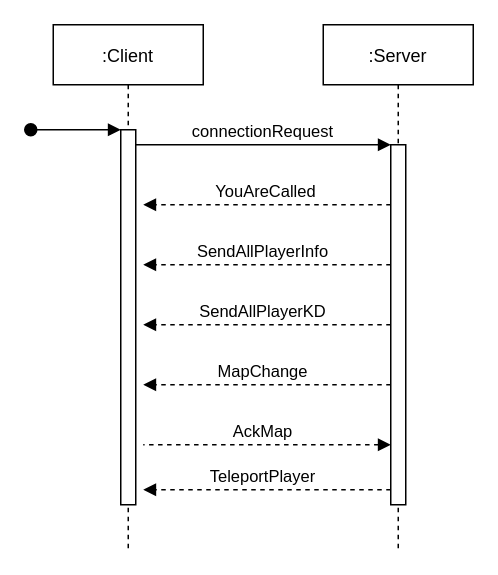
This is clientCreateConnection.drawio from ZHAW-IT19a-Raycasters/RayFighters-Docs, a draw.io file, before an edit. Source tidied: cells renumbered, new cells numbered last; positions are measured from the earlier drawing's top-left corner, leaving out a move shared by most shapes. Both pictures are drawn from the tidied source at 150%, with x=0, y=0 at pixel (30, 24).
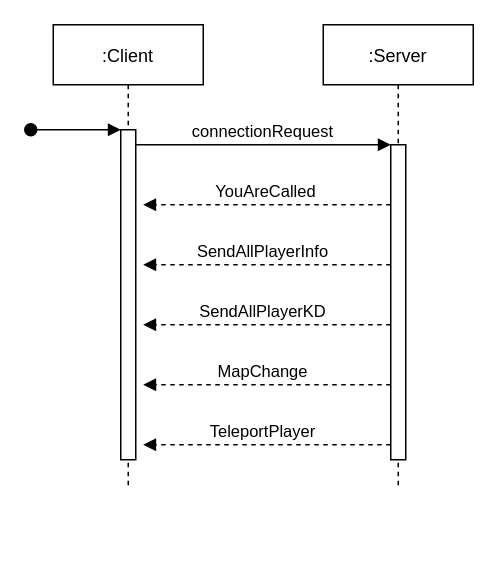
After the change.

Commit message (it also covers changes not shown here):
update connection diagramm

Diff of the diagram source:
```diff
@@
     <mxCell id="2" value=":Client" style="shape=umlLifeline;perimeter=lifelinePerimeter;rounded=0;shadow=0;strokeWidth=1;" parent="1" vertex="1">
-      <mxGeometry x="15" width="100" height="350" as="geometry" />
+      <mxGeometry x="15" width="100" height="310" as="geometry" />
     </mxCell>
     <mxCell id="3" style="points=[];perimeter=orthogonalPerimeter;rounded=0;shadow=0;strokeWidth=1;" parent="2" vertex="1">
-      <mxGeometry x="45" y="70" width="10" height="250" as="geometry" />
+      <mxGeometry x="45" y="70" width="10" height="220" as="geometry" />
     </mxCell>
@@
     <mxCell id="5" value=":Server" style="shape=umlLifeline;perimeter=lifelinePerimeter;rounded=0;shadow=0;strokeWidth=1;" parent="1" vertex="1">
-      <mxGeometry x="195" width="100" height="350" as="geometry" />
+      <mxGeometry x="195" width="100" height="310" as="geometry" />
     </mxCell>
     <mxCell id="6" style="points=[];perimeter=orthogonalPerimeter;rounded=0;shadow=0;strokeWidth=1;" parent="5" vertex="1">
-      <mxGeometry x="45" y="80" width="10" height="240" as="geometry" />
+      <mxGeometry x="45" y="80" width="10" height="210" as="geometry" />
     </mxCell>
@@
     <mxCell id="11" value="TeleportPlayer" style="verticalAlign=bottom;endArrow=block;entryX=1;entryY=0;shadow=0;strokeWidth=1;dashed=1;" parent="1" edge="1">
       <mxGeometry x="0.03" relative="1" as="geometry">
-        <mxPoint x="240" y="310" as="sourcePoint" />
-        <mxPoint x="75" y="310" as="targetPoint" />
+        <mxPoint x="240" y="280" as="sourcePoint" />
+        <mxPoint x="75" y="280" as="targetPoint" />
         <Array as="points">
-          <mxPoint x="145" y="310" />
+          <mxPoint x="145" y="280" />
         </Array>
       </mxGeometry>
     </mxCell>
-    <mxCell id="12" value="AckMap" style="verticalAlign=bottom;endArrow=none;entryX=1;entryY=0;shadow=0;strokeWidth=1;dashed=1;startArrow=block;startFill=1;endFill=0;" parent="1" edge="1">
-      <mxGeometry x="0.03" relative="1" as="geometry">
-        <mxPoint x="240" y="280" as="sourcePoint" />
-        <mxPoint x="75" y="280" as="targetPoint" />
-        <Array as="points">
-          <mxPoint x="145" y="280" />
-        </Array>
-      </mxGeometry>
-    </mxCell>
```
